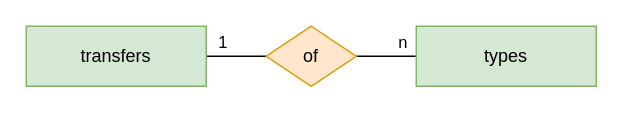
Above: docs/img/development/database_relations.drawio in Christian-2003/cha-ching (draw.io), before the change. Source tidied: cells renumbered, new cells numbered last; positions are measured from the earlier drawing's top-left corner, leaving out a move shared by most shapes. Both pictures are drawn from the tidied source at 150%, with x=0, y=0 at pixel (26, 26).
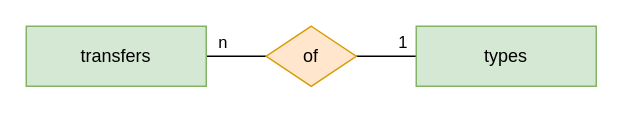
The same diagram, later.

Commit message (it also covers changes not shown here):
Fix wrong database cardinality. Closes #14

What changed in the source:
```diff
@@
 <mxGraphModel>
   <root>
     <mxCell id="0" />
     <mxCell id="1" parent="0" />
     <mxCell id="2" style="rounded=0;jettySize=auto;html=1;exitX=1;exitY=0.5;exitDx=0;exitDy=0;entryX=0;entryY=0.5;entryDx=0;entryDy=0;endArrow=none;startFill=0;" parent="1" edge="1" source="4" target="8">
       <mxGeometry relative="1" as="geometry" />
     </mxCell>
-    <mxCell id="3" value="1" style="edgeLabel;html=1;align=center;verticalAlign=middle;labelBackgroundColor=none;" parent="2" vertex="1">
+    <mxCell id="3" value="n" style="edgeLabel;html=1;align=center;verticalAlign=middle;labelBackgroundColor=none;" parent="2" vertex="1">
       <mxGeometry x="0.02" y="1" relative="1" as="geometry">
         <mxPoint x="-10" y="-9" as="offset" />
       </mxGeometry>
     </mxCell>
     <mxCell id="4" value="transfers" style="rounded=0;whiteSpace=wrap;html=1;fillColor=#d5e8d4;strokeColor=#82b366;" parent="1" vertex="1">
       <mxGeometry width="120" height="40" as="geometry" />
     </mxCell>
     <mxCell id="5" style="rounded=0;jettySize=auto;html=1;exitX=0;exitY=0.5;exitDx=0;exitDy=0;entryX=1;entryY=0.5;entryDx=0;entryDy=0;endArrow=none;startFill=0;" parent="1" edge="1" source="7" target="8">
       <mxGeometry relative="1" as="geometry" />
     </mxCell>
-    <mxCell id="6" value="n" style="edgeLabel;html=1;align=center;verticalAlign=middle;labelBackgroundColor=none;" parent="5" vertex="1">
+    <mxCell id="6" value="1" style="edgeLabel;html=1;align=center;verticalAlign=middle;labelBackgroundColor=none;" parent="5" vertex="1">
       <mxGeometry x="-0.08" relative="1" as="geometry">
         <mxPoint x="8" y="-10" as="offset" />
       </mxGeometry>
     </mxCell>
     <mxCell id="7" value="types" style="rounded=0;whiteSpace=wrap;html=1;fillColor=#d5e8d4;strokeColor=#82b366;" parent="1" vertex="1">
       <mxGeometry x="260" width="120" height="40" as="geometry" />
     </mxCell>
     <mxCell id="8" value="of" style="rhombus;whiteSpace=wrap;html=1;fillColor=#ffe6cc;strokeColor=#d79b00;" parent="1" vertex="1">
       <mxGeometry x="160" width="60" height="40" as="geometry" />
     </mxCell>
   </root>
 </mxGraphModel>
```
